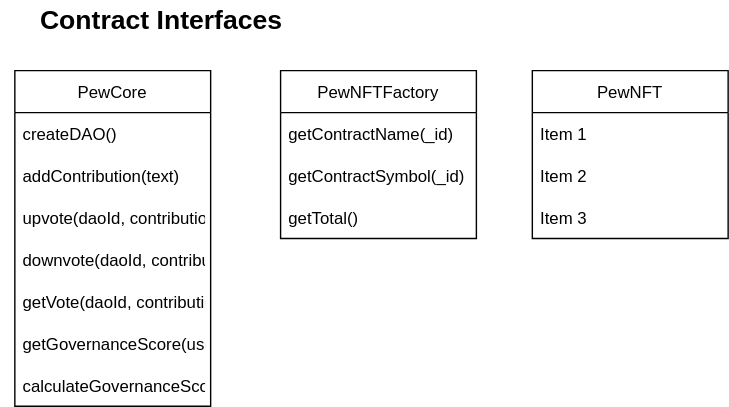
This is profile/diagrams/smart-contract-interfaces.drawio.svg from FloorGangETHNYC/.github, a draw.io export, as it was before one commit. Source tidied: cells renumbered, new cells last; positions are measured from the earlier drawing's top-left corner, leaving out a move shared by most shapes. The source it was exported from:
```xml
<mxGraphModel>
  <root>
    <mxCell id="0" />
    <mxCell id="1" parent="0" />
    <mxCell id="2" style="edgeStyle=none;html=1;dashed=1;" parent="1" edge="1" target="x">
      <mxGeometry relative="1" as="geometry">
        <mxPoint x="120" y="70" as="sourcePoint" />
      </mxGeometry>
    </mxCell>
    <mxCell id="3" style="edgeStyle=none;html=1;dashed=1;" parent="1" edge="1" source="x">
      <mxGeometry relative="1" as="geometry">
        <mxPoint x="370" y="70" as="targetPoint" />
      </mxGeometry>
    </mxCell>
    <mxCell id="4" style="edgeStyle=none;html=1;entryX=0;entryY=0.5;entryDx=0;entryDy=0;" parent="1" edge="1" source="x">
      <mxGeometry relative="1" as="geometry">
        <mxPoint x="570" y="70" as="targetPoint" />
      </mxGeometry>
    </mxCell>
    <mxCell id="5" style="edgeStyle=none;html=1;entryX=0.5;entryY=0;entryDx=0;entryDy=0;" parent="1" edge="1" target="x">
      <mxGeometry relative="1" as="geometry">
        <mxPoint x="630" y="100" as="sourcePoint" />
      </mxGeometry>
    </mxCell>
    <mxCell id="6" value="&lt;span style=&quot;font-size: 19px&quot;&gt;&lt;b&gt;Contract Interfaces&lt;/b&gt;&lt;/span&gt;" style="text;html=1;strokeColor=none;fillColor=none;align=center;verticalAlign=middle;whiteSpace=wrap;rounded=0;" parent="1" vertex="1">
      <mxGeometry width="230" height="30" as="geometry" />
    </mxCell>
    <mxCell id="7" value="PewCore" style="swimlane;fontStyle=0;horizontal=1;startSize=30;" parent="1" vertex="1">
      <mxGeometry x="10" y="50" width="140" height="240" as="geometry" />
    </mxCell>
    <mxCell id="8" value="createDAO()" style="text;strokeColor=none;fillColor=none;align=left;verticalAlign=middle;spacingLeft=4;spacingRight=4;overflow=hidden;" parent="7" vertex="1">
      <mxGeometry y="30" width="140" height="30" as="geometry" />
    </mxCell>
    <mxCell id="9" value="addContribution(text)" style="text;strokeColor=none;fillColor=none;align=left;verticalAlign=middle;spacingLeft=4;spacingRight=4;overflow=hidden;" parent="7" vertex="1">
      <mxGeometry y="60" width="140" height="30" as="geometry" />
    </mxCell>
    <mxCell id="10" value="upvote(daoId, contributionId)" style="text;strokeColor=none;fillColor=none;align=left;verticalAlign=middle;spacingLeft=4;spacingRight=4;overflow=hidden;" parent="7" vertex="1">
      <mxGeometry y="90" width="140" height="30" as="geometry" />
    </mxCell>
    <mxCell id="11" value="downvote(daoId, contributionId)" style="text;strokeColor=none;fillColor=none;align=left;verticalAlign=middle;spacingLeft=4;spacingRight=4;overflow=hidden;" parent="7" vertex="1">
      <mxGeometry y="120" width="140" height="30" as="geometry" />
    </mxCell>
    <mxCell id="12" value="getVote(daoId, contributionId)" style="text;strokeColor=none;fillColor=none;align=left;verticalAlign=middle;spacingLeft=4;spacingRight=4;overflow=hidden;" parent="7" vertex="1">
      <mxGeometry y="150" width="140" height="30" as="geometry" />
    </mxCell>
    <mxCell id="13" value="getGovernanceScore(userAddress)" style="text;strokeColor=none;fillColor=none;align=left;verticalAlign=middle;spacingLeft=4;spacingRight=4;overflow=hidden;" parent="7" vertex="1">
      <mxGeometry y="180" width="140" height="30" as="geometry" />
    </mxCell>
    <mxCell id="14" value="calculateGovernanceScore(userId)" style="text;strokeColor=none;fillColor=none;align=left;verticalAlign=middle;spacingLeft=4;spacingRight=4;overflow=hidden;" parent="7" vertex="1">
      <mxGeometry y="210" width="140" height="30" as="geometry" />
    </mxCell>
    <mxCell id="15" value="PewNFTFactory" style="swimlane;fontStyle=0;horizontal=1;startSize=30;" parent="1" vertex="1">
      <mxGeometry x="200" y="50" width="140" height="120" as="geometry" />
    </mxCell>
    <mxCell id="16" value="getContractName(_id)" style="text;strokeColor=none;fillColor=none;align=left;verticalAlign=middle;spacingLeft=4;spacingRight=4;overflow=hidden;" parent="15" vertex="1">
      <mxGeometry y="30" width="140" height="30" as="geometry" />
    </mxCell>
    <mxCell id="17" value="getContractSymbol(_id)" style="text;strokeColor=none;fillColor=none;align=left;verticalAlign=middle;spacingLeft=4;spacingRight=4;overflow=hidden;" parent="15" vertex="1">
      <mxGeometry y="60" width="140" height="30" as="geometry" />
    </mxCell>
    <mxCell id="18" value="getTotal()" style="text;strokeColor=none;fillColor=none;align=left;verticalAlign=middle;spacingLeft=4;spacingRight=4;overflow=hidden;" parent="15" vertex="1">
      <mxGeometry y="90" width="140" height="30" as="geometry" />
    </mxCell>
    <mxCell id="19" value="PewNFT" style="swimlane;fontStyle=0;horizontal=1;startSize=30;" parent="1" vertex="1">
      <mxGeometry x="380" y="50" width="140" height="120" as="geometry" />
    </mxCell>
    <mxCell id="20" value="Item 1" style="text;strokeColor=none;fillColor=none;align=left;verticalAlign=middle;spacingLeft=4;spacingRight=4;overflow=hidden;" parent="19" vertex="1">
      <mxGeometry y="30" width="140" height="30" as="geometry" />
    </mxCell>
    <mxCell id="21" value="Item 2" style="text;strokeColor=none;fillColor=none;align=left;verticalAlign=middle;spacingLeft=4;spacingRight=4;overflow=hidden;" parent="19" vertex="1">
      <mxGeometry y="60" width="140" height="30" as="geometry" />
    </mxCell>
    <mxCell id="22" value="Item 3" style="text;strokeColor=none;fillColor=none;align=left;verticalAlign=middle;spacingLeft=4;spacingRight=4;overflow=hidden;" parent="19" vertex="1">
      <mxGeometry y="90" width="140" height="30" as="geometry" />
    </mxCell>
  </root>
</mxGraphModel>
```
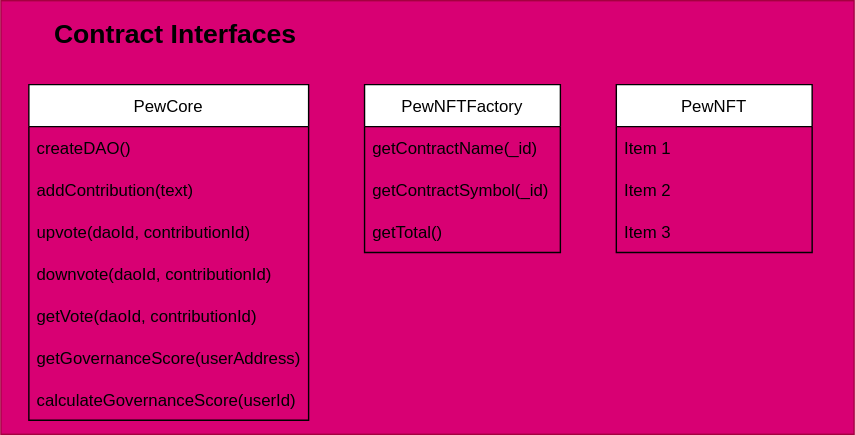
Later version of the same file.

Diff of the diagram source:
```diff
@@ -2,6 +2,9 @@
   <root>
     <mxCell id="0" />
     <mxCell id="1" parent="0" />
+    <mxCell id="23" style="rounded=0;whiteSpace=wrap;html=1;fillColor=#d80073;fontColor=#ffffff;strokeColor=#A50040;" parent="1" vertex="1">
+      <mxGeometry x="-10" y="-10" width="610" height="310" as="geometry" />
+    </mxCell>
     <mxCell id="2" style="edgeStyle=none;html=1;dashed=1;" parent="1" edge="1" target="x">
       <mxGeometry relative="1" as="geometry">
         <mxPoint x="120" y="70" as="sourcePoint" />
@@ -26,31 +29,31 @@
       <mxGeometry width="230" height="30" as="geometry" />
     </mxCell>
     <mxCell id="7" value="PewCore" style="swimlane;fontStyle=0;horizontal=1;startSize=30;" parent="1" vertex="1">
-      <mxGeometry x="10" y="50" width="140" height="240" as="geometry" />
+      <mxGeometry x="10" y="50" width="200" height="240" as="geometry" />
     </mxCell>
     <mxCell id="8" value="createDAO()" style="text;strokeColor=none;fillColor=none;align=left;verticalAlign=middle;spacingLeft=4;spacingRight=4;overflow=hidden;" parent="7" vertex="1">
-      <mxGeometry y="30" width="140" height="30" as="geometry" />
+      <mxGeometry y="30" width="200" height="30" as="geometry" />
     </mxCell>
     <mxCell id="9" value="addContribution(text)" style="text;strokeColor=none;fillColor=none;align=left;verticalAlign=middle;spacingLeft=4;spacingRight=4;overflow=hidden;" parent="7" vertex="1">
-      <mxGeometry y="60" width="140" height="30" as="geometry" />
+      <mxGeometry y="60" width="200" height="30" as="geometry" />
     </mxCell>
     <mxCell id="10" value="upvote(daoId, contributionId)" style="text;strokeColor=none;fillColor=none;align=left;verticalAlign=middle;spacingLeft=4;spacingRight=4;overflow=hidden;" parent="7" vertex="1">
-      <mxGeometry y="90" width="140" height="30" as="geometry" />
+      <mxGeometry y="90" width="200" height="30" as="geometry" />
     </mxCell>
     <mxCell id="11" value="downvote(daoId, contributionId)" style="text;strokeColor=none;fillColor=none;align=left;verticalAlign=middle;spacingLeft=4;spacingRight=4;overflow=hidden;" parent="7" vertex="1">
-      <mxGeometry y="120" width="140" height="30" as="geometry" />
+      <mxGeometry y="120" width="200" height="30" as="geometry" />
     </mxCell>
     <mxCell id="12" value="getVote(daoId, contributionId)" style="text;strokeColor=none;fillColor=none;align=left;verticalAlign=middle;spacingLeft=4;spacingRight=4;overflow=hidden;" parent="7" vertex="1">
-      <mxGeometry y="150" width="140" height="30" as="geometry" />
+      <mxGeometry y="150" width="200" height="30" as="geometry" />
     </mxCell>
     <mxCell id="13" value="getGovernanceScore(userAddress)" style="text;strokeColor=none;fillColor=none;align=left;verticalAlign=middle;spacingLeft=4;spacingRight=4;overflow=hidden;" parent="7" vertex="1">
-      <mxGeometry y="180" width="140" height="30" as="geometry" />
+      <mxGeometry y="180" width="200" height="30" as="geometry" />
     </mxCell>
     <mxCell id="14" value="calculateGovernanceScore(userId)" style="text;strokeColor=none;fillColor=none;align=left;verticalAlign=middle;spacingLeft=4;spacingRight=4;overflow=hidden;" parent="7" vertex="1">
-      <mxGeometry y="210" width="140" height="30" as="geometry" />
+      <mxGeometry y="210" width="200" height="30" as="geometry" />
     </mxCell>
     <mxCell id="15" value="PewNFTFactory" style="swimlane;fontStyle=0;horizontal=1;startSize=30;" parent="1" vertex="1">
-      <mxGeometry x="200" y="50" width="140" height="120" as="geometry" />
+      <mxGeometry x="250" y="50" width="140" height="120" as="geometry" />
     </mxCell>
     <mxCell id="16" value="getContractName(_id)" style="text;strokeColor=none;fillColor=none;align=left;verticalAlign=middle;spacingLeft=4;spacingRight=4;overflow=hidden;" parent="15" vertex="1">
       <mxGeometry y="30" width="140" height="30" as="geometry" />
@@ -62,7 +65,7 @@
       <mxGeometry y="90" width="140" height="30" as="geometry" />
     </mxCell>
     <mxCell id="19" value="PewNFT" style="swimlane;fontStyle=0;horizontal=1;startSize=30;" parent="1" vertex="1">
-      <mxGeometry x="380" y="50" width="140" height="120" as="geometry" />
+      <mxGeometry x="430" y="50" width="140" height="120" as="geometry" />
     </mxCell>
     <mxCell id="20" value="Item 1" style="text;strokeColor=none;fillColor=none;align=left;verticalAlign=middle;spacingLeft=4;spacingRight=4;overflow=hidden;" parent="19" vertex="1">
       <mxGeometry y="30" width="140" height="30" as="geometry" />
```
